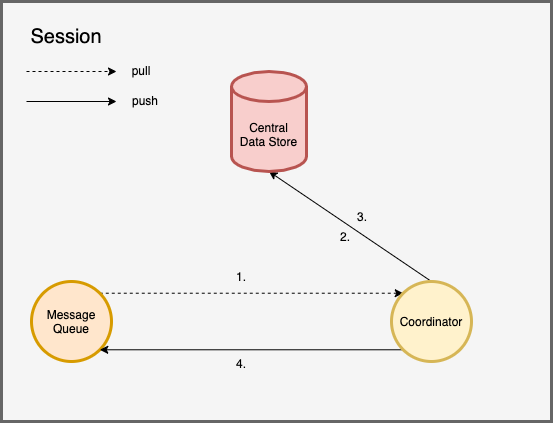
ccchrunik/hierasaga keeps this draw.io diagram as img/diagram-end.drawio.png. Above is the earlier version. Source tidied: cells renumbered, new cells last; positions are measured from the earlier drawing's top-left corner, leaving out a move shared by most shapes.
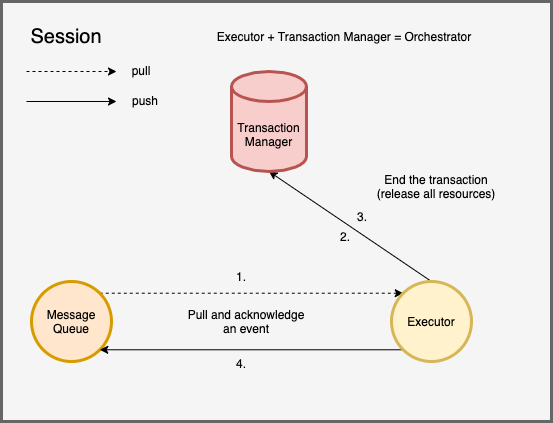
Later version of the same file.

The edit, as a diff of the source:
```diff
@@ -17,10 +17,10 @@
     <mxCell id="6" style="edgeStyle=none;rounded=0;jettySize=auto;html=1;exitX=0;exitY=1;exitDx=0;exitDy=0;entryX=1;entryY=1;entryDx=0;entryDy=0;startArrow=none;startFill=0;" parent="1" edge="1" source="7" target="4">
       <mxGeometry relative="1" as="geometry" />
     </mxCell>
-    <mxCell id="7" value="Coordinator" style="ellipse;whiteSpace=wrap;html=1;strokeWidth=3;fillColor=#fff2cc;strokeColor=#d6b656;" parent="1" vertex="1">
+    <mxCell id="7" value="Executor" style="ellipse;whiteSpace=wrap;html=1;strokeWidth=3;fillColor=#fff2cc;strokeColor=#d6b656;" parent="1" vertex="1">
       <mxGeometry x="390" y="280" width="80" height="80" as="geometry" />
     </mxCell>
-    <mxCell id="8" value="Central&lt;br&gt;Data Store" style="shape=cylinder3;whiteSpace=wrap;html=1;boundedLbl=1;backgroundOutline=1;size=15;strokeWidth=3;fillColor=#f8cecc;strokeColor=#b85450;" parent="1" vertex="1">
+    <mxCell id="8" value="Transaction&lt;br&gt;Manager" style="shape=cylinder3;whiteSpace=wrap;html=1;boundedLbl=1;backgroundOutline=1;size=15;strokeWidth=3;fillColor=#f8cecc;strokeColor=#b85450;" parent="1" vertex="1">
       <mxGeometry x="230" y="70" width="75" height="100" as="geometry" />
     </mxCell>
     <mxCell id="9" value="&lt;font style=&quot;font-size: 20px&quot;&gt;Session&lt;/font&gt;" style="text;html=1;strokeColor=none;fillColor=none;align=center;verticalAlign=middle;whiteSpace=wrap;rounded=0;" parent="1" vertex="1">
@@ -59,5 +59,14 @@
     <mxCell id="18" value="2." style="text;html=1;strokeColor=none;fillColor=none;align=center;verticalAlign=middle;whiteSpace=wrap;rounded=0;" parent="1" vertex="1">
       <mxGeometry x="314" y="220" width="60" height="30" as="geometry" />
     </mxCell>
+    <mxCell id="19" value="Pull and acknowledge an event" style="text;html=1;strokeColor=none;fillColor=none;align=center;verticalAlign=middle;whiteSpace=wrap;rounded=0;opacity=70;" parent="1" vertex="1">
+      <mxGeometry x="185" y="305" width="120" height="30" as="geometry" />
+    </mxCell>
+    <mxCell id="20" value="End the transaction&lt;br&gt;(release all resources)" style="text;html=1;strokeColor=none;fillColor=none;align=center;verticalAlign=middle;whiteSpace=wrap;rounded=0;opacity=70;" parent="1" vertex="1">
+      <mxGeometry x="370" y="170" width="130" height="30" as="geometry" />
+    </mxCell>
+    <mxCell id="21" value="Executor + Transaction Manager = Orchestrator" style="text;html=1;strokeColor=none;fillColor=none;align=center;verticalAlign=middle;whiteSpace=wrap;rounded=0;opacity=70;" parent="1" vertex="1">
+      <mxGeometry x="207.5" y="20" width="270" height="30" as="geometry" />
+    </mxCell>
   </root>
 </mxGraphModel>
```
